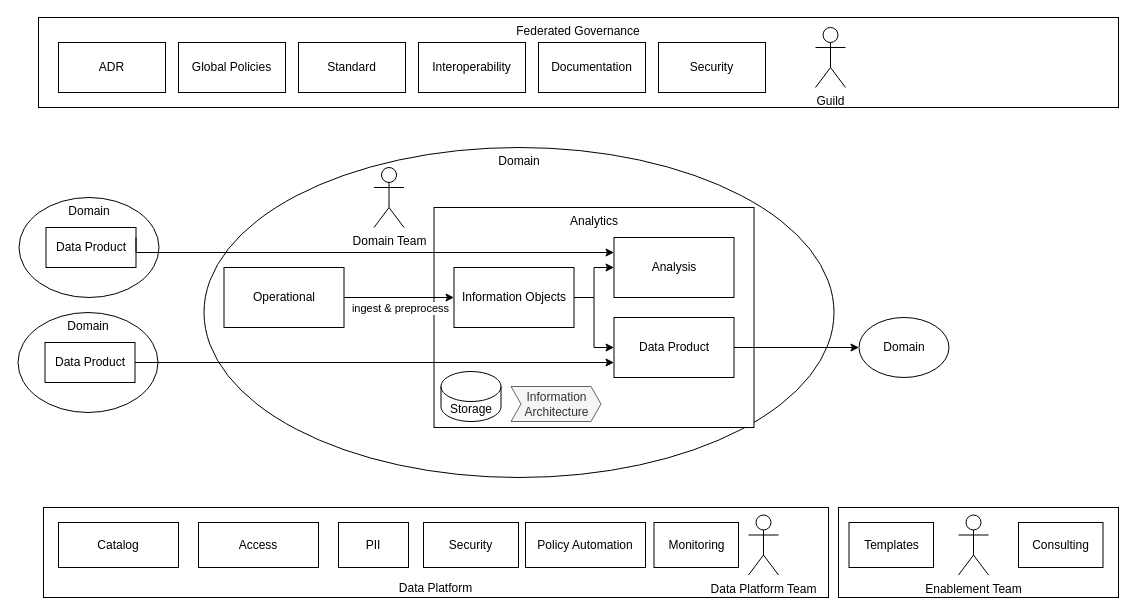
The draw.io diagram diagrams/datamesharchitecture.drawio in datamesh-architecture/datamesh-architecture.com, before the edit. Source tidied: cells renumbered, new cells numbered last; positions are measured from the earlier drawing's top-left corner, leaving out a move shared by most shapes. Both pictures are drawn from the tidied source at 100%, with x=0, y=0 at pixel (18, 17).
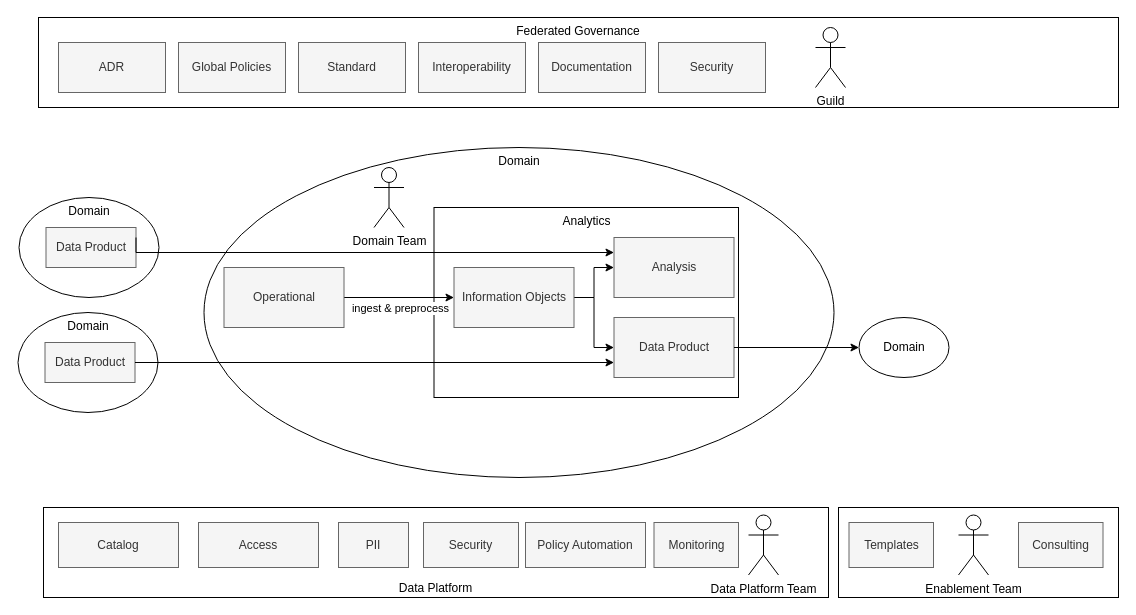
The same page after the edit.

What changed in the source:
```diff
@@
     <mxCell id="4" value="Analytics" style="rounded=0;whiteSpace=wrap;html=1;verticalAlign=top;" parent="1" vertex="1">
-      <mxGeometry x="415.5" y="190" width="320" height="220" as="geometry" />
+      <mxGeometry x="415.5" y="190" width="304.5" height="190" as="geometry" />
     </mxCell>
@@
-    <mxCell id="10" value="Analysis" style="rounded=0;whiteSpace=wrap;html=1;" parent="1" vertex="1">
+    <mxCell id="10" value="Analysis" style="rounded=0;whiteSpace=wrap;html=1;fillColor=#f5f5f5;fontColor=#333333;strokeColor=#666666;" parent="1" vertex="1">
       <mxGeometry x="595.5" y="220" width="120" height="60" as="geometry" />
     </mxCell>
@@
-    <mxCell id="15" value="Information Objects" style="rounded=0;whiteSpace=wrap;html=1;" parent="1" vertex="1">
+    <mxCell id="15" value="Information Objects" style="rounded=0;whiteSpace=wrap;html=1;fillColor=#f5f5f5;fontColor=#333333;strokeColor=#666666;" parent="1" vertex="1">
       <mxGeometry x="435.5" y="250" width="120" height="60" as="geometry" />
     </mxCell>
-    <mxCell id="16" value="Operational" style="rounded=0;whiteSpace=wrap;html=1;" parent="1" vertex="1">
+    <mxCell id="16" value="Operational" style="rounded=0;whiteSpace=wrap;html=1;fillColor=#f5f5f5;fontColor=#333333;strokeColor=#666666;" parent="1" vertex="1">
       <mxGeometry x="205.5" y="250" width="120" height="60" as="geometry" />
     </mxCell>
-    <mxCell id="17" value="Global Policies" style="rounded=0;whiteSpace=wrap;html=1;" parent="1" vertex="1">
+    <mxCell id="17" value="Global Policies" style="rounded=0;whiteSpace=wrap;html=1;fillColor=#f5f5f5;fontColor=#333333;strokeColor=#666666;" parent="1" vertex="1">
       <mxGeometry x="160" y="25" width="107" height="50" as="geometry" />
     </mxCell>
-    <mxCell id="18" value="Data Product" style="rounded=0;whiteSpace=wrap;html=1;" parent="1" vertex="1">
+    <mxCell id="18" value="Data Product" style="rounded=0;whiteSpace=wrap;html=1;fillColor=#f5f5f5;fontColor=#333333;strokeColor=#666666;" parent="1" vertex="1">
       <mxGeometry x="595.5" y="300" width="120" height="60" as="geometry" />
     </mxCell>
@@
-    <mxCell id="21" value="Catalog" style="rounded=0;whiteSpace=wrap;html=1;" parent="1" vertex="1">
+    <mxCell id="21" value="Catalog" style="rounded=0;whiteSpace=wrap;html=1;fillColor=#f5f5f5;fontColor=#333333;strokeColor=#666666;" parent="1" vertex="1">
       <mxGeometry x="40" y="505" width="120" height="45" as="geometry" />
     </mxCell>
-    <mxCell id="22" value="Access" style="rounded=0;whiteSpace=wrap;html=1;" parent="1" vertex="1">
+    <mxCell id="22" value="Access" style="rounded=0;whiteSpace=wrap;html=1;fillColor=#f5f5f5;fontColor=#333333;strokeColor=#666666;" parent="1" vertex="1">
       <mxGeometry x="180" y="505" width="120" height="45" as="geometry" />
     </mxCell>
-    <mxCell id="23" value="PII" style="rounded=0;whiteSpace=wrap;html=1;" parent="1" vertex="1">
+    <mxCell id="23" value="PII" style="rounded=0;whiteSpace=wrap;html=1;fillColor=#f5f5f5;fontColor=#333333;strokeColor=#666666;" parent="1" vertex="1">
       <mxGeometry x="320" y="505" width="70" height="45" as="geometry" />
     </mxCell>
@@
-    <mxCell id="25" value="Data Product" style="rounded=0;whiteSpace=wrap;html=1;" parent="1" vertex="1">
+    <mxCell id="25" value="Data Product" style="rounded=0;whiteSpace=wrap;html=1;fillColor=#f5f5f5;fontColor=#333333;strokeColor=#666666;" parent="1" vertex="1">
       <mxGeometry x="27.5" y="210" width="90" height="40" as="geometry" />
     </mxCell>
@@
-    <mxCell id="27" value="Security" style="rounded=0;whiteSpace=wrap;html=1;" parent="1" vertex="1">
+    <mxCell id="27" value="Security" style="rounded=0;whiteSpace=wrap;html=1;fillColor=#f5f5f5;fontColor=#333333;strokeColor=#666666;" parent="1" vertex="1">
       <mxGeometry x="405" y="505" width="95" height="45" as="geometry" />
     </mxCell>
-    <mxCell id="28" value="Policy Automation" style="rounded=0;whiteSpace=wrap;html=1;" parent="1" vertex="1">
+    <mxCell id="28" value="Policy Automation" style="rounded=0;whiteSpace=wrap;html=1;fillColor=#f5f5f5;fontColor=#333333;strokeColor=#666666;" parent="1" vertex="1">
       <mxGeometry x="507" y="505" width="120" height="45" as="geometry" />
     </mxCell>
-    <mxCell id="29" value="Monitoring" style="rounded=0;whiteSpace=wrap;html=1;" parent="1" vertex="1">
+    <mxCell id="29" value="Monitoring" style="rounded=0;whiteSpace=wrap;html=1;fillColor=#f5f5f5;fontColor=#333333;strokeColor=#666666;" parent="1" vertex="1">
       <mxGeometry x="635.5" y="505" width="84.5" height="45" as="geometry" />
     </mxCell>
-    <mxCell id="30" value="Information&lt;br&gt;Architecture" style="html=1;shadow=0;dashed=0;align=center;verticalAlign=middle;shape=mxgraph.arrows2.arrow;dy=0;dx=10;notch=10;fillColor=#f5f5f5;fontColor=#333333;strokeColor=#666666;" parent="1" vertex="1">
-      <mxGeometry x="492.5" y="369" width="90" height="35" as="geometry" />
-    </mxCell>
-    <mxCell id="31" value="ADR" style="rounded=0;whiteSpace=wrap;html=1;" parent="1" vertex="1">
+    <mxCell id="31" value="ADR" style="rounded=0;whiteSpace=wrap;html=1;fillColor=#f5f5f5;fontColor=#333333;strokeColor=#666666;" parent="1" vertex="1">
       <mxGeometry x="40" y="25" width="107" height="50" as="geometry" />
     </mxCell>
-    <mxCell id="32" value="Standard" style="rounded=0;whiteSpace=wrap;html=1;" parent="1" vertex="1">
+    <mxCell id="32" value="Standard" style="rounded=0;whiteSpace=wrap;html=1;fillColor=#f5f5f5;fontColor=#333333;strokeColor=#666666;" parent="1" vertex="1">
       <mxGeometry x="280" y="25" width="107" height="50" as="geometry" />
     </mxCell>
-    <mxCell id="33" value="Interoperability" style="rounded=0;whiteSpace=wrap;html=1;" parent="1" vertex="1">
+    <mxCell id="33" value="Interoperability" style="rounded=0;whiteSpace=wrap;html=1;fillColor=#f5f5f5;fontColor=#333333;strokeColor=#666666;" parent="1" vertex="1">
       <mxGeometry x="400" y="25" width="107" height="50" as="geometry" />
     </mxCell>
-    <mxCell id="34" value="Documentation" style="rounded=0;whiteSpace=wrap;html=1;" parent="1" vertex="1">
+    <mxCell id="34" value="Documentation" style="rounded=0;whiteSpace=wrap;html=1;fillColor=#f5f5f5;fontColor=#333333;strokeColor=#666666;" parent="1" vertex="1">
       <mxGeometry x="520" y="25" width="107" height="50" as="geometry" />
     </mxCell>
-    <mxCell id="35" value="Security" style="rounded=0;whiteSpace=wrap;html=1;" parent="1" vertex="1">
+    <mxCell id="35" value="Security" style="rounded=0;whiteSpace=wrap;html=1;fillColor=#f5f5f5;fontColor=#333333;strokeColor=#666666;" parent="1" vertex="1">
       <mxGeometry x="640" y="25" width="107" height="50" as="geometry" />
     </mxCell>
-    <mxCell id="36" value="Storage" style="shape=cylinder3;whiteSpace=wrap;html=1;boundedLbl=1;backgroundOutline=1;size=15;" parent="1" vertex="1">
-      <mxGeometry x="422.5" y="354" width="60" height="50" as="geometry" />
-    </mxCell>
@@
-    <mxCell id="38" value="Data Product" style="rounded=0;whiteSpace=wrap;html=1;" parent="1" vertex="1">
+    <mxCell id="38" value="Data Product" style="rounded=0;whiteSpace=wrap;html=1;fillColor=#f5f5f5;fontColor=#333333;strokeColor=#666666;" parent="1" vertex="1">
       <mxGeometry x="26.5" y="325" width="90" height="40" as="geometry" />
     </mxCell>
@@
-    <mxCell id="41" value="Templates" style="rounded=0;whiteSpace=wrap;html=1;" parent="1" vertex="1">
+    <mxCell id="41" value="Templates" style="rounded=0;whiteSpace=wrap;html=1;fillColor=#f5f5f5;fontColor=#333333;strokeColor=#666666;" parent="1" vertex="1">
       <mxGeometry x="830.5" y="505" width="84.5" height="45" as="geometry" />
     </mxCell>
-    <mxCell id="42" value="Consulting" style="rounded=0;whiteSpace=wrap;html=1;" parent="1" vertex="1">
+    <mxCell id="42" value="Consulting" style="rounded=0;whiteSpace=wrap;html=1;fillColor=#f5f5f5;fontColor=#333333;strokeColor=#666666;" parent="1" vertex="1">
       <mxGeometry x="1000" y="505" width="84.5" height="45" as="geometry" />
     </mxCell>
```
